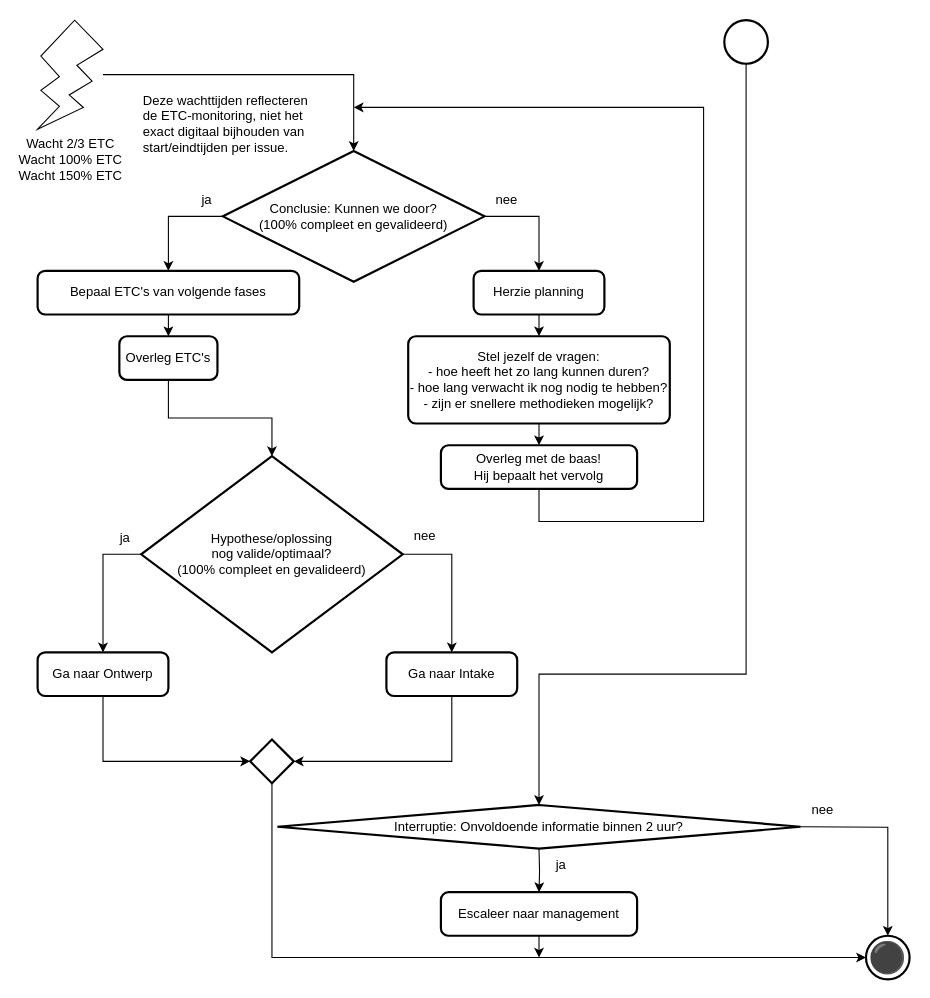
Above: 2 Issue Tracker analyse.drawio in Zaibatsu89/IssueTracker (draw.io), before the change. Source tidied: cells renumbered, new cells numbered last; positions are measured from the earlier drawing's top-left corner, leaving out a move shared by most shapes. Both pictures are drawn from the tidied source at 109%, with x=0, y=0 at pixel (37, 20).
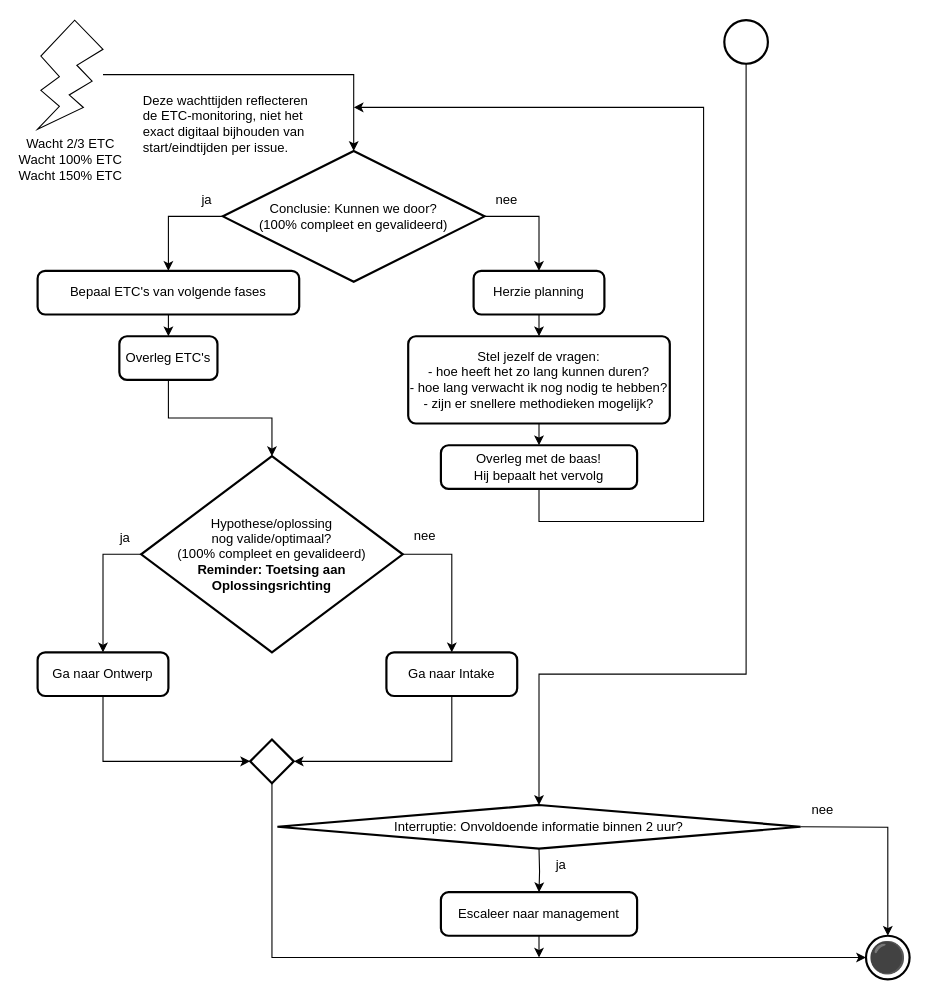
Above is the later version.

Commit message (it also covers changes not shown here):
test tegen de opdracht -> implementeer herinnering aan oplossingsrichting van flowchart in checklist

What changed in the source:
```diff
@@
-    <mxCell id="22" value="Hypothese/oplossing&lt;br&gt;nog valide/optimaal?&lt;br&gt;(100% compleet en gevalideerd)" style="strokeWidth=2;html=1;shape=mxgraph.flowchart.decision;whiteSpace=wrap;" parent="1" vertex="1">
+    <mxCell id="22" value="Hypothese/oplossing&lt;br&gt;nog valide/optimaal?&lt;br&gt;(100% compleet en gevalideerd)&lt;br&gt;&lt;b&gt;Reminder: Toetsing aan Oplossingsrichting&lt;/b&gt;" style="strokeWidth=2;html=1;shape=mxgraph.flowchart.decision;whiteSpace=wrap;" parent="1" vertex="1">
       <mxGeometry x="95" y="400" width="240" height="180" as="geometry" />
     </mxCell>
```
